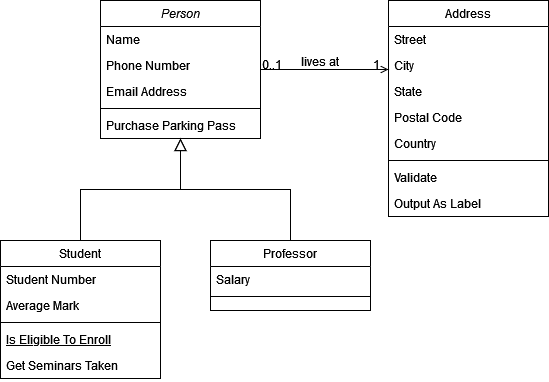
Above: classes_QGIS.png in leonielrx/ProjetInfo_DoGeo (draw.io), before the change. Source tidied: cells renumbered, new cells last; positions are measured from the earlier drawing's top-left corner, leaving out a move shared by most shapes.
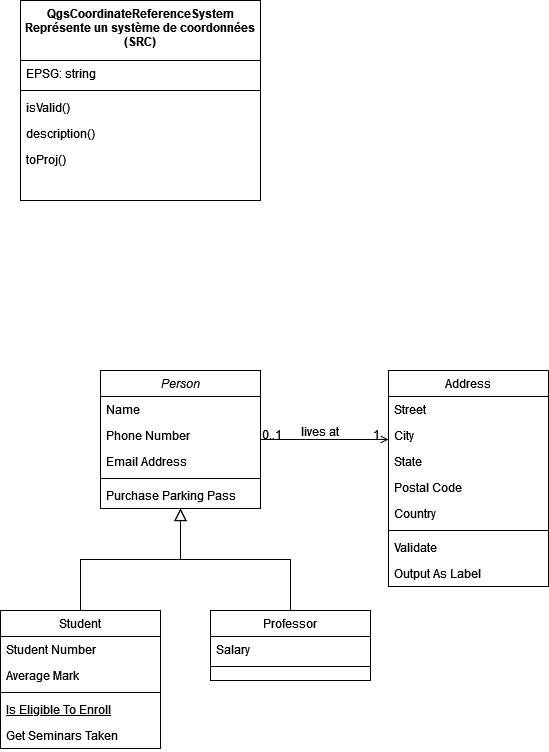
Later version of the same file.

Commit message:
Mettre à jour classes_QGIS.png

Diff of the diagram source:
```diff
@@ -100,5 +100,23 @@
         <mxPoint x="-38" y="40" as="offset" />
       </mxGeometry>
     </mxCell>
+    <mxCell id="32" value="QgsCoordinateReferenceSystem&#10;Représente un système de coordonnées &#10;(SRC)&#10;" style="swimlane;fontStyle=1;align=center;verticalAlign=top;horizontal=1;startSize=60;rounded=0;shadow=0;strokeWidth=1;fontSize=12;" parent="1" vertex="1">
+      <mxGeometry x="20" y="-370" width="240" height="200" as="geometry" />
+    </mxCell>
+    <mxCell id="33" value="EPSG: string" style="text;align=left;verticalAlign=top;spacingLeft=4;spacingRight=4;overflow=hidden;rounded=0;shadow=0;html=0;" parent="32" vertex="1">
+      <mxGeometry y="60" width="240" height="26" as="geometry" />
+    </mxCell>
+    <mxCell id="34" style="line;html=1;strokeWidth=1;align=left;verticalAlign=middle;spacingTop=-1;spacingLeft=3;spacingRight=3;labelPosition=right;" parent="32" vertex="1">
+      <mxGeometry y="86" width="240" height="8" as="geometry" />
+    </mxCell>
+    <mxCell id="35" value="isValid()" style="text;align=left;verticalAlign=top;spacingLeft=4;spacingRight=4;overflow=hidden;" parent="32" vertex="1">
+      <mxGeometry y="94" width="240" height="26" as="geometry" />
+    </mxCell>
+    <mxCell id="36" value="description()" style="text;align=left;verticalAlign=top;spacingLeft=4;spacingRight=4;overflow=hidden;rounded=0;shadow=0;html=0;" parent="32" vertex="1">
+      <mxGeometry y="120" width="240" height="26" as="geometry" />
+    </mxCell>
+    <mxCell id="37" value="toProj()" style="text;align=left;verticalAlign=top;spacingLeft=4;spacingRight=4;overflow=hidden;rounded=0;shadow=0;html=0;" parent="32" vertex="1">
+      <mxGeometry y="146" width="240" height="26" as="geometry" />
+    </mxCell>
   </root>
 </mxGraphModel>
```
